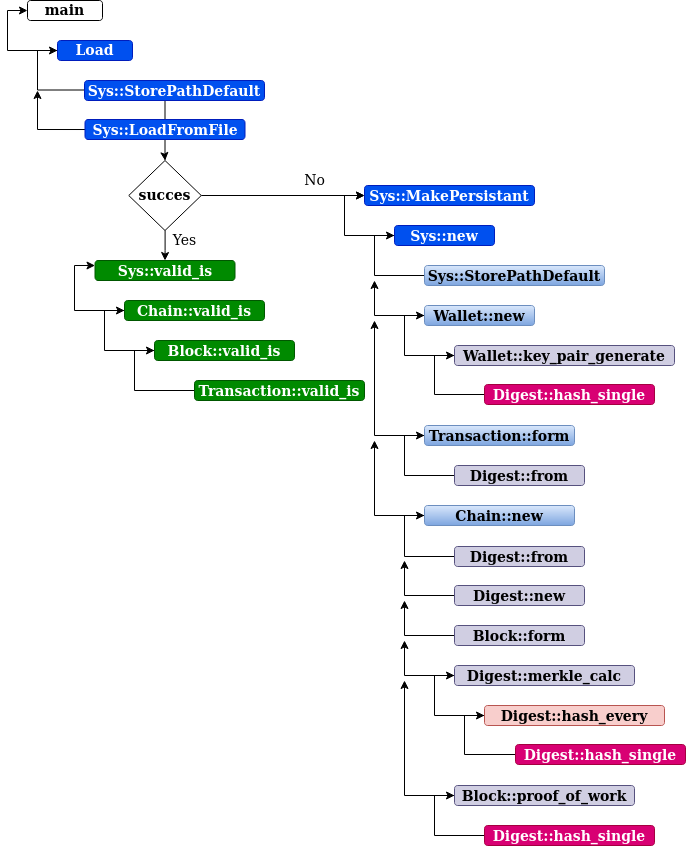
Learn-Together-Pro/Blockchain keeps this draw.io diagram as doc/img/system_init_diagram.png. Above is the earlier version. Source tidied: cells renumbered, new cells last; positions are measured from the earlier drawing's top-left corner, leaving out a move shared by most shapes. Its diagram source:
```xml
<mxGraphModel>
  <root>
    <mxCell id="0" />
    <mxCell id="1" parent="0" />
    <mxCell id="2" value="&lt;font style=&quot;font-size: 14px&quot;&gt;&lt;b&gt;main&lt;/b&gt;&lt;/font&gt;" style="rounded=1;whiteSpace=wrap;html=1;" parent="1" vertex="1">
      <mxGeometry x="20" width="75" height="20" as="geometry" />
    </mxCell>
    <mxCell id="3" style="edgeStyle=orthogonalEdgeStyle;rounded=0;jettySize=auto;html=1;entryX=0;entryY=0.5;entryDx=0;entryDy=0;fontSize=14;" parent="1" edge="1" source="4" target="2">
      <mxGeometry relative="1" as="geometry">
        <Array as="points">
          <mxPoint y="50" />
          <mxPoint y="10" />
        </Array>
      </mxGeometry>
    </mxCell>
    <mxCell id="4" value="&lt;font style=&quot;font-size: 14px&quot;&gt;&lt;b&gt;Load&lt;/b&gt;&lt;/font&gt;" style="rounded=1;whiteSpace=wrap;html=1;fillColor=#0050ef;fontColor=#ffffff;strokeColor=#001DBC;" parent="1" vertex="1">
      <mxGeometry x="50" y="40" width="75" height="20" as="geometry" />
    </mxCell>
    <mxCell id="5" style="edgeStyle=orthogonalEdgeStyle;rounded=0;jettySize=auto;html=1;entryX=0;entryY=0.5;entryDx=0;entryDy=0;fontSize=14;" parent="1" edge="1" source="6" target="35">
      <mxGeometry relative="1" as="geometry">
        <Array as="points">
          <mxPoint x="367" y="275" />
          <mxPoint x="367" y="235" />
        </Array>
      </mxGeometry>
    </mxCell>
    <mxCell id="6" value="Sys::StorePathDefault" style="rounded=1;whiteSpace=wrap;html=1;fontSize=14;fontStyle=1;fillColor=#dae8fc;strokeColor=#6c8ebf;gradientColor=#7ea6e0;" parent="1" vertex="1">
      <mxGeometry x="417" y="265" width="180" height="20" as="geometry" />
    </mxCell>
    <mxCell id="7" style="edgeStyle=orthogonalEdgeStyle;rounded=0;jettySize=auto;html=1;entryX=0;entryY=0.5;entryDx=0;entryDy=0;fontSize=14;" parent="1" edge="1" source="10" target="4">
      <mxGeometry relative="1" as="geometry" />
    </mxCell>
    <mxCell id="8" style="edgeStyle=orthogonalEdgeStyle;rounded=0;orthogonalLoop=1;jettySize=auto;html=1;fontSize=14;" parent="1" edge="1">
      <mxGeometry relative="1" as="geometry">
        <mxPoint x="80.5" y="129" as="sourcePoint" />
        <mxPoint x="30" y="90" as="targetPoint" />
      </mxGeometry>
    </mxCell>
    <mxCell id="9" style="edgeStyle=orthogonalEdgeStyle;rounded=0;jettySize=auto;html=1;fontSize=14;" parent="1" edge="1" source="10" target="14">
      <mxGeometry relative="1" as="geometry" />
    </mxCell>
    <mxCell id="10" value="Sys::LoadFromFile" style="rounded=1;whiteSpace=wrap;html=1;fontSize=14;fontStyle=1;fillColor=#0050ef;strokeColor=#001DBC;fontColor=#ffffff;" parent="1" vertex="1">
      <mxGeometry x="77.5" y="119" width="160" height="20" as="geometry" />
    </mxCell>
    <mxCell id="11" value="Sys::MakePersistant" style="rounded=1;whiteSpace=wrap;html=1;fontSize=14;fontStyle=1;fillColor=#0050ef;fontColor=#ffffff;strokeColor=#001DBC;" parent="1" vertex="1">
      <mxGeometry x="357" y="185" width="170" height="20" as="geometry" />
    </mxCell>
    <mxCell id="12" style="edgeStyle=orthogonalEdgeStyle;rounded=0;jettySize=auto;html=1;entryX=0;entryY=0.5;entryDx=0;entryDy=0;fontSize=14;" parent="1" edge="1" source="14" target="11">
      <mxGeometry relative="1" as="geometry" />
    </mxCell>
    <mxCell id="13" style="edgeStyle=orthogonalEdgeStyle;rounded=0;jettySize=auto;html=1;entryX=0.5;entryY=0;entryDx=0;entryDy=0;fontSize=14;" parent="1" edge="1" source="14" target="15">
      <mxGeometry relative="1" as="geometry" />
    </mxCell>
    <mxCell id="14" value="&lt;b&gt;succes&lt;/b&gt;" style="rhombus;whiteSpace=wrap;html=1;fontSize=14;" parent="1" vertex="1">
      <mxGeometry x="121.2" y="160" width="72.5" height="70" as="geometry" />
    </mxCell>
    <mxCell id="15" value="Sys::valid_is" style="rounded=1;whiteSpace=wrap;html=1;fontSize=14;fontStyle=1;fillColor=#008a00;fontColor=#ffffff;strokeColor=#005700;" parent="1" vertex="1">
      <mxGeometry x="87.5" y="260" width="140" height="20" as="geometry" />
    </mxCell>
    <mxCell id="16" style="edgeStyle=orthogonalEdgeStyle;rounded=0;jettySize=auto;html=1;entryX=0;entryY=0.25;entryDx=0;entryDy=0;fontSize=14;" parent="1" edge="1" source="17" target="15">
      <mxGeometry relative="1" as="geometry">
        <Array as="points">
          <mxPoint x="67" y="310" />
          <mxPoint x="67" y="265" />
        </Array>
      </mxGeometry>
    </mxCell>
    <mxCell id="17" value="Chain::valid_is" style="rounded=1;whiteSpace=wrap;html=1;fontSize=14;fontStyle=1;fillColor=#008a00;fontColor=#ffffff;strokeColor=#005700;" parent="1" vertex="1">
      <mxGeometry x="117" y="300" width="140" height="20" as="geometry" />
    </mxCell>
    <mxCell id="18" style="edgeStyle=orthogonalEdgeStyle;rounded=0;jettySize=auto;html=1;entryX=0;entryY=0.5;entryDx=0;entryDy=0;fontSize=14;" parent="1" edge="1" source="19" target="17">
      <mxGeometry relative="1" as="geometry">
        <Array as="points">
          <mxPoint x="97" y="350" />
          <mxPoint x="97" y="310" />
        </Array>
      </mxGeometry>
    </mxCell>
    <mxCell id="19" value="Block::valid_is" style="rounded=1;whiteSpace=wrap;html=1;fontSize=14;fontStyle=1;fillColor=#008a00;fontColor=#ffffff;strokeColor=#005700;" parent="1" vertex="1">
      <mxGeometry x="147" y="340" width="140" height="20" as="geometry" />
    </mxCell>
    <mxCell id="20" style="edgeStyle=orthogonalEdgeStyle;rounded=0;jettySize=auto;html=1;entryX=0;entryY=0.5;entryDx=0;entryDy=0;fontSize=14;" parent="1" edge="1" source="21" target="19">
      <mxGeometry relative="1" as="geometry">
        <Array as="points">
          <mxPoint x="127" y="390" />
          <mxPoint x="127" y="350" />
        </Array>
      </mxGeometry>
    </mxCell>
    <mxCell id="21" value="Transaction::valid_is" style="rounded=1;whiteSpace=wrap;html=1;fontSize=14;fontStyle=1;fillColor=#008a00;fontColor=#ffffff;strokeColor=#005700;" parent="1" vertex="1">
      <mxGeometry x="187" y="380" width="170" height="20" as="geometry" />
    </mxCell>
    <mxCell id="22" style="edgeStyle=orthogonalEdgeStyle;rounded=0;jettySize=auto;html=1;fontSize=14;" parent="1" edge="1" source="23">
      <mxGeometry relative="1" as="geometry">
        <mxPoint x="367" y="280" as="targetPoint" />
      </mxGeometry>
    </mxCell>
    <mxCell id="23" value="Wallet::new" style="rounded=1;whiteSpace=wrap;html=1;fontSize=14;fontStyle=1;fillColor=#dae8fc;strokeColor=#6c8ebf;gradientColor=#7ea6e0;" parent="1" vertex="1">
      <mxGeometry x="417" y="305" width="110" height="20" as="geometry" />
    </mxCell>
    <mxCell id="24" style="edgeStyle=orthogonalEdgeStyle;rounded=0;jettySize=auto;html=1;fontSize=14;" parent="1" edge="1" source="25">
      <mxGeometry relative="1" as="geometry">
        <mxPoint x="367" y="320" as="targetPoint" />
      </mxGeometry>
    </mxCell>
    <mxCell id="25" value="Transaction::form" style="rounded=1;whiteSpace=wrap;html=1;fontSize=14;fontStyle=1;fillColor=#dae8fc;strokeColor=#6c8ebf;gradientColor=#7ea6e0;" parent="1" vertex="1">
      <mxGeometry x="417" y="425" width="150" height="20" as="geometry" />
    </mxCell>
    <mxCell id="26" style="edgeStyle=orthogonalEdgeStyle;rounded=0;orthogonalLoop=1;jettySize=auto;html=1;fontSize=14;" parent="1" edge="1">
      <mxGeometry relative="1" as="geometry">
        <mxPoint x="417" y="515" as="sourcePoint" />
        <mxPoint x="367" y="440" as="targetPoint" />
      </mxGeometry>
    </mxCell>
    <mxCell id="27" value="Chain::new" style="rounded=1;whiteSpace=wrap;html=1;fontSize=14;fontStyle=1;fillColor=#dae8fc;strokeColor=#6c8ebf;gradientColor=#7ea6e0;" parent="1" vertex="1">
      <mxGeometry x="417" y="505" width="150" height="20" as="geometry" />
    </mxCell>
    <mxCell id="28" style="edgeStyle=orthogonalEdgeStyle;rounded=0;jettySize=auto;html=1;entryX=0;entryY=0.5;entryDx=0;entryDy=0;fontSize=14;" parent="1" edge="1" source="29" target="23">
      <mxGeometry relative="1" as="geometry">
        <Array as="points">
          <mxPoint x="397" y="355" />
          <mxPoint x="397" y="315" />
        </Array>
      </mxGeometry>
    </mxCell>
    <mxCell id="29" value="&lt;div&gt;Wallet::key_pair_generate&lt;/div&gt;" style="rounded=1;whiteSpace=wrap;html=1;fontSize=14;fontStyle=1;fillColor=#d0cee2;strokeColor=#56517e;" parent="1" vertex="1">
      <mxGeometry x="447" y="345" width="220" height="20" as="geometry" />
    </mxCell>
    <mxCell id="30" style="edgeStyle=orthogonalEdgeStyle;rounded=0;jettySize=auto;html=1;entryX=0;entryY=0.5;entryDx=0;entryDy=0;fontSize=14;" parent="1" edge="1" source="31" target="25">
      <mxGeometry relative="1" as="geometry">
        <Array as="points">
          <mxPoint x="397" y="475" />
          <mxPoint x="397" y="435" />
        </Array>
      </mxGeometry>
    </mxCell>
    <mxCell id="31" value="Digest::from" style="rounded=1;whiteSpace=wrap;html=1;fontSize=14;fontStyle=1;fillColor=#d0cee2;strokeColor=#56517e;" parent="1" vertex="1">
      <mxGeometry x="447" y="465" width="130" height="20" as="geometry" />
    </mxCell>
    <mxCell id="32" style="edgeStyle=orthogonalEdgeStyle;rounded=0;jettySize=auto;html=1;entryX=0;entryY=0.5;entryDx=0;entryDy=0;fontSize=14;" parent="1" edge="1" source="33" target="29">
      <mxGeometry relative="1" as="geometry">
        <Array as="points">
          <mxPoint x="427" y="394" />
          <mxPoint x="427" y="355" />
        </Array>
      </mxGeometry>
    </mxCell>
    <mxCell id="33" value="Digest::hash_single" style="rounded=1;whiteSpace=wrap;html=1;fontSize=14;fontStyle=1;fillColor=#d80073;strokeColor=#A50040;fontColor=#ffffff;" parent="1" vertex="1">
      <mxGeometry x="477" y="384" width="170" height="20" as="geometry" />
    </mxCell>
    <mxCell id="34" style="edgeStyle=orthogonalEdgeStyle;rounded=0;jettySize=auto;html=1;entryX=0;entryY=0.5;entryDx=0;entryDy=0;fontSize=14;" parent="1" edge="1" source="35" target="11">
      <mxGeometry relative="1" as="geometry">
        <Array as="points">
          <mxPoint x="337" y="235" />
          <mxPoint x="337" y="195" />
        </Array>
      </mxGeometry>
    </mxCell>
    <mxCell id="35" value="Sys::new" style="rounded=1;whiteSpace=wrap;html=1;fontSize=14;fontStyle=1;fillColor=#0050ef;fontColor=#ffffff;strokeColor=#001DBC;" parent="1" vertex="1">
      <mxGeometry x="387" y="225" width="100" height="20" as="geometry" />
    </mxCell>
    <mxCell id="36" style="edgeStyle=orthogonalEdgeStyle;rounded=0;jettySize=auto;html=1;fontSize=14;entryX=0;entryY=0.5;entryDx=0;entryDy=0;" parent="1" edge="1" source="37" target="27">
      <mxGeometry relative="1" as="geometry">
        <Array as="points">
          <mxPoint x="397" y="556" />
          <mxPoint x="397" y="515" />
        </Array>
      </mxGeometry>
    </mxCell>
    <mxCell id="37" value="Digest::from" style="rounded=1;whiteSpace=wrap;html=1;fontSize=14;fontStyle=1;fillColor=#d0cee2;strokeColor=#56517e;" parent="1" vertex="1">
      <mxGeometry x="447" y="546" width="130" height="20" as="geometry" />
    </mxCell>
    <mxCell id="38" style="edgeStyle=orthogonalEdgeStyle;rounded=0;jettySize=auto;html=1;fontSize=14;" parent="1" edge="1" source="39">
      <mxGeometry relative="1" as="geometry">
        <mxPoint x="397" y="560" as="targetPoint" />
      </mxGeometry>
    </mxCell>
    <mxCell id="39" value="Digest::new" style="rounded=1;whiteSpace=wrap;html=1;fontSize=14;fontStyle=1;fillColor=#d0cee2;strokeColor=#56517e;" parent="1" vertex="1">
      <mxGeometry x="447" y="585" width="130" height="20" as="geometry" />
    </mxCell>
    <mxCell id="40" style="edgeStyle=orthogonalEdgeStyle;rounded=0;jettySize=auto;html=1;fontSize=14;" parent="1" edge="1" source="41">
      <mxGeometry relative="1" as="geometry">
        <mxPoint x="397" y="600" as="targetPoint" />
        <Array as="points">
          <mxPoint x="397" y="635" />
        </Array>
      </mxGeometry>
    </mxCell>
    <mxCell id="41" value="Block::form" style="rounded=1;whiteSpace=wrap;html=1;fontSize=14;fontStyle=1;fillColor=#d0cee2;strokeColor=#56517e;" parent="1" vertex="1">
      <mxGeometry x="447" y="625" width="130" height="20" as="geometry" />
    </mxCell>
    <mxCell id="42" style="edgeStyle=orthogonalEdgeStyle;rounded=0;jettySize=auto;html=1;fontSize=14;" parent="1" edge="1" source="43">
      <mxGeometry relative="1" as="geometry">
        <mxPoint x="397" y="640" as="targetPoint" />
      </mxGeometry>
    </mxCell>
    <mxCell id="43" value="Digest::merkle_calc" style="rounded=1;whiteSpace=wrap;html=1;fontSize=14;fontStyle=1;fillColor=#d0cee2;strokeColor=#56517e;" parent="1" vertex="1">
      <mxGeometry x="447" y="665" width="180" height="20" as="geometry" />
    </mxCell>
    <mxCell id="44" style="edgeStyle=orthogonalEdgeStyle;rounded=0;jettySize=auto;html=1;entryX=0;entryY=0.5;entryDx=0;entryDy=0;fontSize=14;" parent="1" edge="1" source="45" target="43">
      <mxGeometry relative="1" as="geometry">
        <Array as="points">
          <mxPoint x="427" y="715" />
          <mxPoint x="427" y="675" />
        </Array>
      </mxGeometry>
    </mxCell>
    <mxCell id="45" value="Digest::hash_every" style="rounded=1;whiteSpace=wrap;html=1;fontSize=14;fontStyle=1;fillColor=#f8cecc;strokeColor=#b85450;" parent="1" vertex="1">
      <mxGeometry x="477" y="705" width="180" height="20" as="geometry" />
    </mxCell>
    <mxCell id="46" style="edgeStyle=orthogonalEdgeStyle;rounded=0;jettySize=auto;html=1;entryX=0;entryY=0.5;entryDx=0;entryDy=0;fontSize=14;" parent="1" edge="1" source="47" target="45">
      <mxGeometry relative="1" as="geometry">
        <Array as="points">
          <mxPoint x="457" y="754" />
          <mxPoint x="457" y="715" />
        </Array>
      </mxGeometry>
    </mxCell>
    <mxCell id="47" value="Digest::hash_single" style="rounded=1;whiteSpace=wrap;html=1;fontSize=14;fontStyle=1;fillColor=#d80073;strokeColor=#A50040;fontColor=#ffffff;" parent="1" vertex="1">
      <mxGeometry x="508" y="744" width="170" height="20" as="geometry" />
    </mxCell>
    <mxCell id="48" style="edgeStyle=orthogonalEdgeStyle;rounded=0;jettySize=auto;html=1;fontSize=14;" parent="1" edge="1" source="49">
      <mxGeometry relative="1" as="geometry">
        <mxPoint x="397" y="680" as="targetPoint" />
      </mxGeometry>
    </mxCell>
    <mxCell id="49" value="Block::proof_of_work" style="rounded=1;whiteSpace=wrap;html=1;fontSize=14;fontStyle=1;fillColor=#d0cee2;strokeColor=#56517e;" parent="1" vertex="1">
      <mxGeometry x="447" y="785" width="180" height="20" as="geometry" />
    </mxCell>
    <mxCell id="50" style="edgeStyle=orthogonalEdgeStyle;rounded=0;jettySize=auto;html=1;entryX=0;entryY=0.5;entryDx=0;entryDy=0;fontSize=14;" parent="1" edge="1" source="51" target="49">
      <mxGeometry relative="1" as="geometry">
        <Array as="points">
          <mxPoint x="427" y="835" />
          <mxPoint x="427" y="795" />
        </Array>
      </mxGeometry>
    </mxCell>
    <mxCell id="51" value="Digest::hash_single" style="rounded=1;whiteSpace=wrap;html=1;fontSize=14;fontStyle=1;fillColor=#d80073;fontColor=#ffffff;strokeColor=#A50040;" parent="1" vertex="1">
      <mxGeometry x="477" y="825" width="170" height="20" as="geometry" />
    </mxCell>
    <mxCell id="52" value="Sys::StorePathDefault" style="rounded=1;whiteSpace=wrap;html=1;fontSize=14;fontStyle=1;fillColor=#0050ef;strokeColor=#001DBC;fontColor=#ffffff;" parent="1" vertex="1">
      <mxGeometry x="77" y="80" width="180" height="20" as="geometry" />
    </mxCell>
    <mxCell id="53" value="No" style="text;html=1;align=center;verticalAlign=middle;strokeColor=none;fillColor=none;fontSize=14;" parent="1" vertex="1">
      <mxGeometry x="287" y="170" width="40" height="20" as="geometry" />
    </mxCell>
    <mxCell id="54" value="Yes" style="text;html=1;align=center;verticalAlign=middle;strokeColor=none;fillColor=none;fontSize=14;" parent="1" vertex="1">
      <mxGeometry x="157" y="230" width="40" height="20" as="geometry" />
    </mxCell>
  </root>
</mxGraphModel>
```
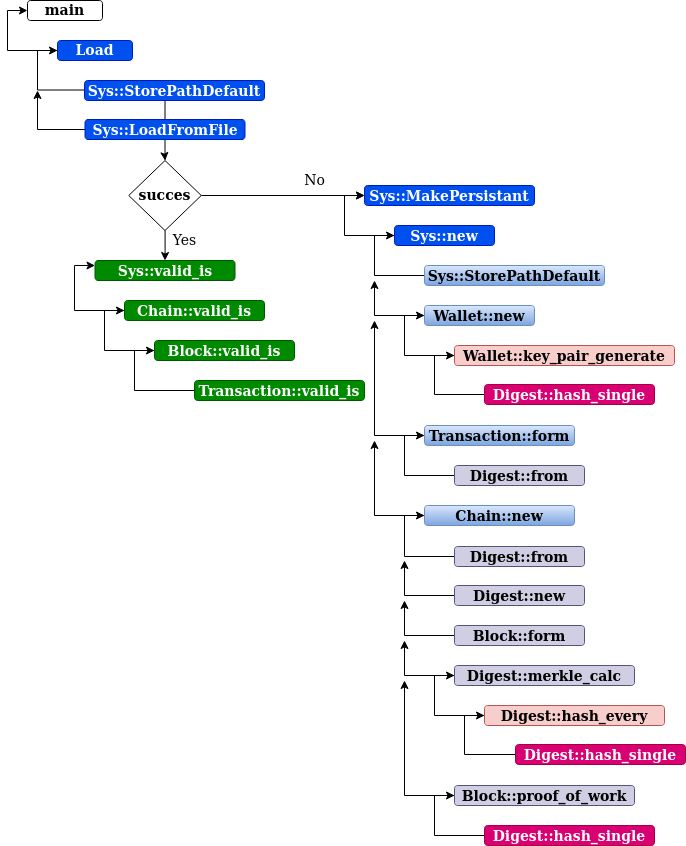
The same file after the commit.

What changed in the source:
```diff
@@ -123,7 +123,7 @@
         </Array>
       </mxGeometry>
     </mxCell>
-    <mxCell id="29" value="&lt;div&gt;Wallet::key_pair_generate&lt;/div&gt;" style="rounded=1;whiteSpace=wrap;html=1;fontSize=14;fontStyle=1;fillColor=#d0cee2;strokeColor=#56517e;" parent="1" vertex="1">
+    <mxCell id="29" value="&lt;div&gt;Wallet::key_pair_generate&lt;/div&gt;" style="rounded=1;whiteSpace=wrap;html=1;fontSize=14;fontStyle=1;fillColor=#f8cecc;strokeColor=#b85450;" parent="1" vertex="1">
       <mxGeometry x="447" y="345" width="220" height="20" as="geometry" />
     </mxCell>
     <mxCell id="30" style="edgeStyle=orthogonalEdgeStyle;rounded=0;jettySize=auto;html=1;entryX=0;entryY=0.5;entryDx=0;entryDy=0;fontSize=14;" parent="1" edge="1" source="31" target="25">
```
